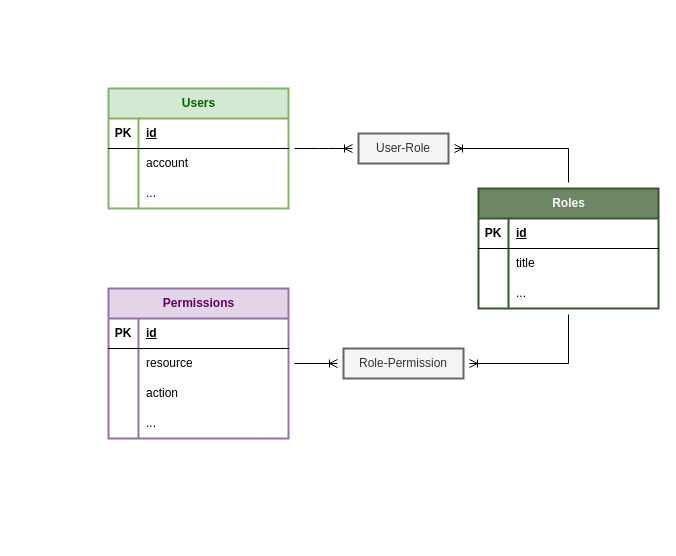
Before: docs/system-design/02-user-access-control/user-access-control.drawio in LsYueh/SBOS, a draw.io diagram. Source tidied: cells renumbered, new cells numbered last; positions are measured from the earlier drawing's top-left corner, leaving out a move shared by most shapes. Both pictures are drawn from the tidied source at 100%, with x=0, y=0 at pixel (108, 88).
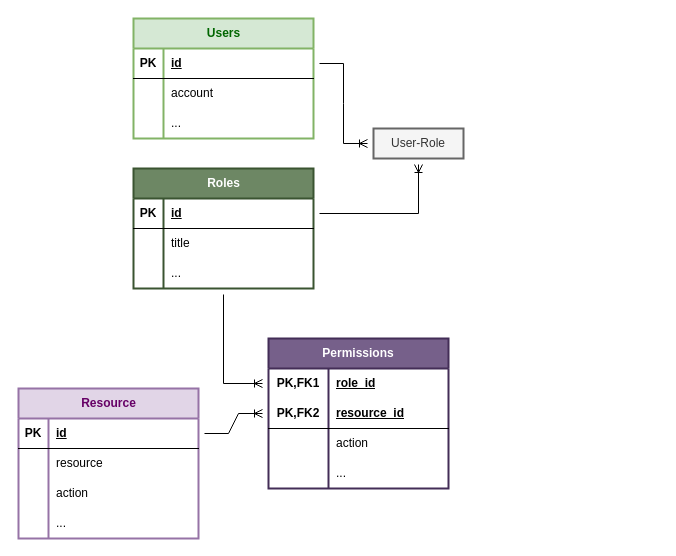
After the change.

Unchanged cells that the change refers to:
```xml
<mxCell id="3" style="shape=tableRow;horizontal=0;startSize=0;swimlaneHead=0;swimlaneBody=0;fillColor=none;points=[[0,0.5],[1,0.5]];portConstraint=eastwest;top=0;left=0;right=0;bottom=1;" parent="2" vertex="1">
  <mxGeometry y="30" width="180" height="30" as="geometry" />
</mxCell>
<mxCell id="13" style="shape=tableRow;horizontal=0;startSize=0;swimlaneHead=0;swimlaneBody=0;fillColor=none;points=[[0,0.5],[1,0.5]];portConstraint=eastwest;top=0;left=0;right=0;bottom=1;" parent="12" vertex="1">
  <mxGeometry y="30" width="180" height="30" as="geometry" />
</mxCell>
<mxCell id="23" style="shape=tableRow;horizontal=0;startSize=0;swimlaneHead=0;swimlaneBody=0;fillColor=none;points=[[0,0.5],[1,0.5]];portConstraint=eastwest;top=0;left=0;right=0;bottom=1;" parent="22" vertex="1">
  <mxGeometry y="30" width="180" height="30" as="geometry" />
</mxCell>
```

What changed in the source:
```diff
@@
     <mxCell id="2" value="Users" style="shape=table;startSize=30;childLayout=tableLayout;rowLines=0;fontStyle=1;align=center;html=1;rounded=0;fillColor=#d5e8d4;strokeColor=#82b366;fontColor=#006600;strokeWidth=2;" parent="1" vertex="1">
-      <mxGeometry width="180" height="120" as="geometry" />
+      <mxGeometry x="25" y="-70" width="180" height="120" as="geometry" />
     </mxCell>
@@
     <mxCell id="12" value="Roles" style="shape=table;startSize=30;childLayout=tableLayout;rowLines=0;fontStyle=1;align=center;html=1;rounded=0;fillColor=#6d8764;fontColor=#ffffff;strokeColor=#3A5431;strokeWidth=2;" parent="1" vertex="1">
-      <mxGeometry x="370" y="100" width="180" height="120" as="geometry" />
+      <mxGeometry x="25" y="80" width="180" height="120" as="geometry" />
     </mxCell>
@@
-    <mxCell id="22" value="Permissions" style="shape=table;startSize=30;childLayout=tableLayout;rowLines=0;fontStyle=1;align=center;html=1;rounded=0;fillColor=#e1d5e7;strokeColor=#9673a6;fontColor=#660066;strokeWidth=2;" parent="1" vertex="1">
-      <mxGeometry y="200" width="180" height="150" as="geometry" />
+    <mxCell id="22" value="Resource" style="shape=table;startSize=30;childLayout=tableLayout;rowLines=0;fontStyle=1;align=center;html=1;rounded=0;fillColor=#e1d5e7;strokeColor=#9673a6;fontColor=#660066;strokeWidth=2;" parent="1" vertex="1">
+      <mxGeometry x="-90" y="300" width="180" height="150" as="geometry" />
     </mxCell>
@@
     <mxCell id="35" value="User-Role" style="whiteSpace=wrap;html=1;align=center;fillColor=#f5f5f5;strokeColor=#666666;fontColor=#333333;strokeWidth=2;" parent="1" vertex="1">
-      <mxGeometry x="250" y="45" width="90" height="30" as="geometry" />
+      <mxGeometry x="265" y="40" width="90" height="30" as="geometry" />
     </mxCell>
-    <mxCell id="36" value="Role-Permission" style="whiteSpace=wrap;html=1;align=center;fillColor=#f5f5f5;fontColor=#333333;strokeColor=#666666;strokeWidth=2;" parent="1" vertex="1">
-      <mxGeometry x="235" y="260" width="120" height="30" as="geometry" />
-    </mxCell>
-    <mxCell id="37" style="fontSize=12;html=1;endArrow=ERoneToMany;rounded=0;strokeColor=default;align=center;verticalAlign=middle;fontFamily=Helvetica;fontColor=default;labelBackgroundColor=default;sourcePerimeterSpacing=6;targetPerimeterSpacing=6;edgeStyle=entityRelationEdgeStyle;" parent="1" edge="1" source="2" target="35">
+    <mxCell id="37" style="fontSize=12;html=1;endArrow=ERoneToMany;rounded=0;strokeColor=default;align=center;verticalAlign=middle;fontFamily=Helvetica;fontColor=default;labelBackgroundColor=default;sourcePerimeterSpacing=6;targetPerimeterSpacing=6;edgeStyle=entityRelationEdgeStyle;" parent="1" edge="1" source="3" target="35">
       <mxGeometry relative="1" as="geometry" />
     </mxCell>
-    <mxCell id="38" style="fontSize=12;html=1;endArrow=ERoneToMany;rounded=0;sourcePerimeterSpacing=6;targetPerimeterSpacing=6;edgeStyle=orthogonalEdgeStyle;" parent="1" edge="1" source="12" target="35">
+    <mxCell id="38" style="fontSize=12;html=1;endArrow=ERoneToMany;rounded=0;sourcePerimeterSpacing=6;targetPerimeterSpacing=6;edgeStyle=orthogonalEdgeStyle;" parent="1" edge="1" source="13" target="35">
       <mxGeometry relative="1" as="geometry">
         <Array as="points">
-          <mxPoint x="460" y="60" />
+          <mxPoint x="310" y="125" />
         </Array>
       </mxGeometry>
     </mxCell>
-    <mxCell id="39" style="fontSize=12;html=1;endArrow=ERoneToMany;rounded=0;strokeColor=default;align=center;verticalAlign=middle;fontFamily=Helvetica;fontColor=default;labelBackgroundColor=default;sourcePerimeterSpacing=6;targetPerimeterSpacing=6;edgeStyle=entityRelationEdgeStyle;" parent="1" edge="1" source="22" target="36">
+    <mxCell id="39" style="fontSize=12;html=1;endArrow=ERoneToMany;rounded=0;strokeColor=default;align=center;verticalAlign=middle;fontFamily=Helvetica;fontColor=default;labelBackgroundColor=default;sourcePerimeterSpacing=6;targetPerimeterSpacing=6;edgeStyle=entityRelationEdgeStyle;" parent="1" edge="1" source="23" target="45">
       <mxGeometry relative="1" as="geometry" />
     </mxCell>
-    <mxCell id="40" style="fontSize=12;html=1;endArrow=ERoneToMany;rounded=0;strokeColor=default;align=center;verticalAlign=middle;fontFamily=Helvetica;fontColor=default;labelBackgroundColor=default;sourcePerimeterSpacing=6;targetPerimeterSpacing=6;edgeStyle=elbowEdgeStyle;" parent="1" edge="1" source="12" target="36">
+    <mxCell id="40" style="fontSize=12;html=1;endArrow=ERoneToMany;rounded=0;strokeColor=default;align=center;verticalAlign=middle;fontFamily=Helvetica;fontColor=default;labelBackgroundColor=default;sourcePerimeterSpacing=6;targetPerimeterSpacing=6;edgeStyle=elbowEdgeStyle;" parent="1" edge="1" source="12" target="42">
       <mxGeometry relative="1" as="geometry">
         <Array as="points">
-          <mxPoint x="460" y="250" />
+          <mxPoint x="115" y="230" />
         </Array>
       </mxGeometry>
     </mxCell>
+    <mxCell id="41" value="Permissions" style="shape=table;startSize=30;childLayout=tableLayout;rowLines=0;fontStyle=1;align=center;html=1;whiteSpace=wrap;strokeWidth=2;fillColor=#76608a;strokeColor=#432D57;fontColor=#ffffff;" parent="1" vertex="1">
+      <mxGeometry x="160" y="250" width="180" height="150" as="geometry" />
+    </mxCell>
+    <mxCell id="42" style="shape=tableRow;horizontal=0;startSize=0;swimlaneHead=0;swimlaneBody=0;fillColor=none;points=[[0,0.5],[1,0.5]];portConstraint=eastwest;top=0;left=0;right=0;bottom=0;html=1;" parent="41" vertex="1">
+      <mxGeometry y="30" width="180" height="30" as="geometry" />
+    </mxCell>
+    <mxCell id="43" value="PK,FK1" style="shape=partialRectangle;fillColor=none;top=0;left=0;bottom=0;right=0;fontStyle=1;overflow=hidden;html=1;whiteSpace=wrap;" parent="42" vertex="1">
+      <mxGeometry width="60" height="30" as="geometry" />
+    </mxCell>
+    <mxCell id="44" value="role_id" style="shape=partialRectangle;fillColor=none;top=0;left=0;bottom=0;right=0;align=left;spacingLeft=6;fontStyle=5;overflow=hidden;html=1;whiteSpace=wrap;" parent="42" vertex="1">
+      <mxGeometry x="60" width="120" height="30" as="geometry" />
+    </mxCell>
+    <mxCell id="45" style="shape=tableRow;horizontal=0;startSize=0;swimlaneHead=0;swimlaneBody=0;fillColor=none;points=[[0,0.5],[1,0.5]];portConstraint=eastwest;top=0;left=0;right=0;bottom=1;html=1;" parent="41" vertex="1">
+      <mxGeometry y="60" width="180" height="30" as="geometry" />
+    </mxCell>
+    <mxCell id="46" value="PK,FK2" style="shape=partialRectangle;fillColor=none;top=0;left=0;bottom=0;right=0;fontStyle=1;overflow=hidden;html=1;whiteSpace=wrap;" parent="45" vertex="1">
+      <mxGeometry width="60" height="30" as="geometry" />
+    </mxCell>
+    <mxCell id="47" value="resource_id" style="shape=partialRectangle;fillColor=none;top=0;left=0;bottom=0;right=0;align=left;spacingLeft=6;fontStyle=5;overflow=hidden;html=1;whiteSpace=wrap;" parent="45" vertex="1">
+      <mxGeometry x="60" width="120" height="30" as="geometry" />
+    </mxCell>
+    <mxCell id="48" style="shape=tableRow;horizontal=0;startSize=0;swimlaneHead=0;swimlaneBody=0;fillColor=none;top=0;left=0;right=0;bottom=0;html=1;" parent="41" vertex="1">
+      <mxGeometry y="90" width="180" height="30" as="geometry" />
+    </mxCell>
+    <mxCell id="49" style="shape=partialRectangle;fillColor=none;top=0;left=0;bottom=0;right=0;overflow=hidden;html=1;whiteSpace=wrap;" parent="48" vertex="1">
+      <mxGeometry width="60" height="30" as="geometry" />
+    </mxCell>
+    <mxCell id="50" value="action" style="shape=partialRectangle;fillColor=none;top=0;left=0;bottom=0;right=0;align=left;spacingLeft=6;overflow=hidden;html=1;whiteSpace=wrap;" parent="48" vertex="1">
+      <mxGeometry x="60" width="120" height="30" as="geometry" />
+    </mxCell>
+    <mxCell id="51" style="shape=tableRow;horizontal=0;startSize=0;swimlaneHead=0;swimlaneBody=0;fillColor=none;top=0;left=0;right=0;bottom=0;html=1;" parent="41" vertex="1">
+      <mxGeometry y="120" width="180" height="30" as="geometry" />
+    </mxCell>
+    <mxCell id="52" style="shape=partialRectangle;fillColor=none;top=0;left=0;bottom=0;right=0;overflow=hidden;html=1;whiteSpace=wrap;" parent="51" vertex="1">
+      <mxGeometry width="60" height="30" as="geometry" />
+    </mxCell>
+    <mxCell id="53" value="..." style="shape=partialRectangle;fillColor=none;top=0;left=0;bottom=0;right=0;align=left;spacingLeft=6;overflow=hidden;html=1;whiteSpace=wrap;" parent="51" vertex="1">
+      <mxGeometry x="60" width="120" height="30" as="geometry" />
+    </mxCell>
```
